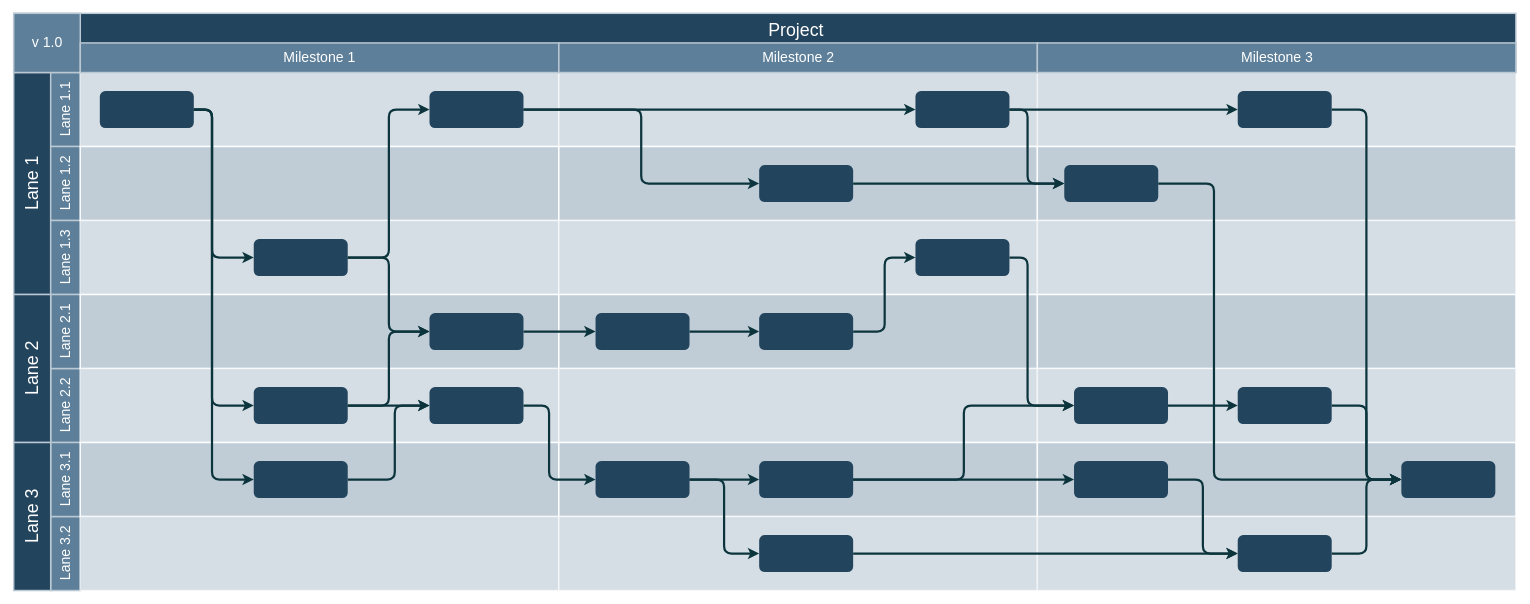
This is 未命名绘图.drawio from zengwenju/myfirsttest, a draw.io file, before an edit. Source tidied: cells renumbered, new cells numbered last; positions are measured from the earlier drawing's top-left corner, leaving out a move shared by most shapes. Both pictures are drawn from the tidied source at 74%, with x=0, y=0 at pixel (13, 13).
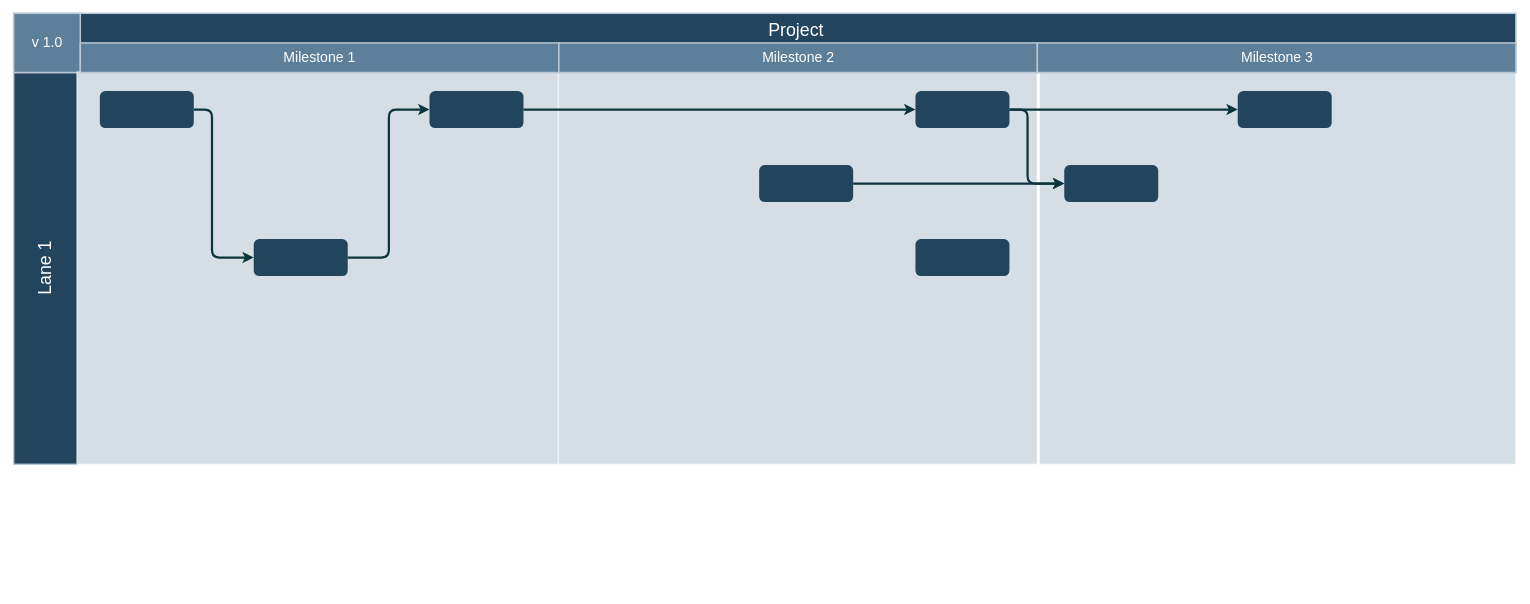
Above is the later version.

The change refers to these unchanged cells:
```xml
<mxCell id="36" style="rounded=1;fillColor=#23445D;strokeColor=none;strokeWidth=2;fontFamily=Helvetica;html=1;gradientColor=none;" parent="1" vertex="1">
  <mxGeometry x="116.4" y="105.5" width="127" height="50" as="geometry" />
</mxCell>
<mxCell id="37" style="rounded=1;fillColor=#23445D;strokeColor=none;strokeWidth=2;fontFamily=Helvetica;html=1;gradientColor=none;" parent="1" vertex="1">
  <mxGeometry x="561.9" y="105.5" width="127" height="50" as="geometry" />
</mxCell>
<mxCell id="38" style="rounded=1;fillColor=#23445D;strokeColor=none;strokeWidth=2;fontFamily=Helvetica;html=1;gradientColor=none;" parent="1" vertex="1">
  <mxGeometry x="324.4" y="305.5" width="127" height="50" as="geometry" />
</mxCell>
<mxCell id="43" style="rounded=1;fillColor=#23445D;strokeColor=none;strokeWidth=2;fontFamily=Helvetica;html=1;gradientColor=none;" parent="1" vertex="1">
  <mxGeometry x="1007.4" y="205.5" width="127" height="50" as="geometry" />
</mxCell>
<mxCell id="51" style="rounded=1;fillColor=#23445D;strokeColor=none;strokeWidth=2;fontFamily=Helvetica;html=1;gradientColor=none;" parent="1" vertex="1">
  <mxGeometry x="1218.6" y="305.5" width="127" height="50" as="geometry" />
</mxCell>
<mxCell id="54" style="rounded=1;fillColor=#23445D;strokeColor=none;strokeWidth=2;gradientColor=none;fontFamily=Helvetica;html=1;" parent="1" vertex="1">
  <mxGeometry x="1419.7" y="205.5" width="127" height="50" as="geometry" />
</mxCell>
<mxCell id="57" style="rounded=1;fillColor=#23445D;strokeColor=none;strokeWidth=2;gradientColor=none;fontFamily=Helvetica;html=1;" parent="1" vertex="1">
  <mxGeometry x="1654.1" y="105.5" width="127" height="50" as="geometry" />
</mxCell>
```

The edit, as a diff of the source:
```diff
@@
     <mxCell id="3" value="Lane 1" style="strokeColor=#BAC8D3;fillColor=#23445D;fontSize=24;strokeWidth=2;horizontal=0;fontFamily=Helvetica;html=1;fontColor=#FFFFFF;fontStyle=0;" parent="1" vertex="1">
-      <mxGeometry y="80.5" width="50" height="300" as="geometry" />
+      <mxGeometry y="80.5" width="86" height="529.5" as="geometry" />
     </mxCell>
-    <mxCell id="4" value="Lane 1.1" style="strokeColor=#BAC8D3;fillColor=#5d7f99;fontSize=19;strokeWidth=2;horizontal=0;fontFamily=Helvetica;html=1;labelBackgroundColor=none;fontColor=#FFFFFF;" parent="1" vertex="1">
-      <mxGeometry x="50" y="80.5" width="40" height="100" as="geometry" />
-    </mxCell>
@@
-    <mxCell id="6" value="Lane 1.2" style="strokeColor=#BAC8D3;fillColor=#5d7f99;fontSize=19;strokeWidth=2;horizontal=0;fontFamily=Helvetica;html=1;labelBackgroundColor=none;fontColor=#FFFFFF;" parent="1" vertex="1">
-      <mxGeometry x="50" y="180.5" width="40" height="100" as="geometry" />
-    </mxCell>
-    <mxCell id="7" value="Lane 1.3" style="strokeColor=#BAC8D3;fillColor=#5d7f99;fontSize=19;strokeWidth=2;horizontal=0;fontFamily=Helvetica;html=1;labelBackgroundColor=none;fontColor=#FFFFFF;" parent="1" vertex="1">
-      <mxGeometry x="50" y="280.5" width="40" height="100" as="geometry" />
-    </mxCell>
-    <mxCell id="8" value="Lane 2.2" style="strokeColor=#BAC8D3;fillColor=#5d7f99;fontSize=19;strokeWidth=2;horizontal=0;fontFamily=Helvetica;html=1;labelBackgroundColor=none;fontColor=#FFFFFF;" parent="1" vertex="1">
-      <mxGeometry x="50" y="480.5" width="40" height="100" as="geometry" />
-    </mxCell>
-    <mxCell id="9" value="Lane 2.1" style="strokeColor=#BAC8D3;fillColor=#5d7f99;fontSize=19;strokeWidth=2;horizontal=0;fontFamily=Helvetica;html=1;labelBackgroundColor=none;fontColor=#FFFFFF;" parent="1" vertex="1">
-      <mxGeometry x="50" y="380.5" width="40" height="100" as="geometry" />
-    </mxCell>
-    <mxCell id="10" value="Lane 2" style="strokeColor=#BAC8D3;fillColor=#23445D;fontSize=24;strokeWidth=2;horizontal=0;fontFamily=Helvetica;html=1;fontColor=#FFFFFF;fontStyle=0;" parent="1" vertex="1">
-      <mxGeometry y="380.5" width="50" height="200" as="geometry" />
-    </mxCell>
-    <mxCell id="11" value="Lane 3.2" style="strokeColor=#BAC8D3;fillColor=#5d7f99;fontSize=19;strokeWidth=2;horizontal=0;fontFamily=Helvetica;html=1;labelBackgroundColor=none;fontColor=#FFFFFF;" parent="1" vertex="1">
-      <mxGeometry x="50" y="680.5" width="40" height="100" as="geometry" />
-    </mxCell>
-    <mxCell id="12" value="Lane 3.1" style="strokeColor=#BAC8D3;fillColor=#5d7f99;fontSize=19;strokeWidth=2;horizontal=0;fontFamily=Helvetica;html=1;labelBackgroundColor=none;fontColor=#FFFFFF;" parent="1" vertex="1">
-      <mxGeometry x="50" y="580.5" width="40" height="100" as="geometry" />
-    </mxCell>
-    <mxCell id="13" value="Lane 3" style="strokeColor=#BAC8D3;fillColor=#23445D;fontSize=24;strokeWidth=2;horizontal=0;fontFamily=Helvetica;html=1;fontColor=#FFFFFF;fontStyle=0;" parent="1" vertex="1">
-      <mxGeometry y="580.5" width="50" height="200" as="geometry" />
-    </mxCell>
-    <mxCell id="14" style="strokeColor=#FFFFFF;fillColor=#BAC8D3;fontSize=18;strokeWidth=2;fontFamily=Helvetica;html=1;opacity=60;" parent="1" vertex="1">
-      <mxGeometry x="90" y="80.5" width="646.7" height="100" as="geometry" />
-    </mxCell>
-    <mxCell id="15" style="strokeColor=#FFFFFF;fillColor=#BAC8D3;fontSize=18;strokeWidth=2;fontFamily=Helvetica;html=1;opacity=90;" parent="1" vertex="1">
-      <mxGeometry x="90" y="180.5" width="646.7" height="100" as="geometry" />
-    </mxCell>
     <mxCell id="16" style="strokeColor=#FFFFFF;fillColor=#BAC8D3;fontSize=18;strokeWidth=2;fontFamily=Helvetica;html=1;opacity=60;" parent="1" vertex="1">
-      <mxGeometry x="90" y="280.5" width="646.7" height="100" as="geometry" />
+      <mxGeometry x="86" y="80" width="650.7" height="530" as="geometry" />
     </mxCell>
-    <mxCell id="17" style="strokeColor=#FFFFFF;fillColor=#BAC8D3;fontSize=18;strokeWidth=2;fontFamily=Helvetica;html=1;opacity=90;" parent="1" vertex="1">
-      <mxGeometry x="90" y="380.5" width="646.7" height="100" as="geometry" />
-    </mxCell>
-    <mxCell id="18" style="strokeColor=#FFFFFF;fillColor=#BAC8D3;fontSize=18;strokeWidth=2;fontFamily=Helvetica;html=1;opacity=60;" parent="1" vertex="1">
-      <mxGeometry x="90" y="480.5" width="646.7" height="100" as="geometry" />
-    </mxCell>
-    <mxCell id="19" style="strokeColor=#FFFFFF;fillColor=#BAC8D3;fontSize=18;strokeWidth=2;fontFamily=Helvetica;html=1;opacity=90;" parent="1" vertex="1">
-      <mxGeometry x="90" y="580.5" width="646.7" height="100" as="geometry" />
-    </mxCell>
-    <mxCell id="20" style="strokeColor=#FFFFFF;fillColor=#BAC8D3;fontSize=18;strokeWidth=2;fontFamily=Helvetica;html=1;opacity=60;" parent="1" vertex="1">
-      <mxGeometry x="90" y="680.5" width="646.7" height="100" as="geometry" />
-    </mxCell>
-    <mxCell id="21" style="strokeColor=#FFFFFF;fillColor=#BAC8D3;fontSize=18;strokeWidth=2;fontFamily=Helvetica;html=1;opacity=60;" parent="1" vertex="1">
-      <mxGeometry x="736.7" y="80.5" width="647" height="100" as="geometry" />
-    </mxCell>
-    <mxCell id="22" style="strokeColor=#FFFFFF;fillColor=#BAC8D3;fontSize=18;strokeWidth=2;fontFamily=Helvetica;html=1;opacity=90;" parent="1" vertex="1">
-      <mxGeometry x="736.7" y="180.5" width="646.7" height="100" as="geometry" />
-    </mxCell>
     <mxCell id="23" style="strokeColor=#FFFFFF;fillColor=#BAC8D3;fontSize=18;strokeWidth=2;fontFamily=Helvetica;html=1;opacity=60;" parent="1" vertex="1">
-      <mxGeometry x="736.7" y="280.5" width="646.7" height="100" as="geometry" />
+      <mxGeometry x="736" y="80" width="647.3" height="530" as="geometry" />
     </mxCell>
-    <mxCell id="24" style="strokeColor=#FFFFFF;fillColor=#BAC8D3;fontSize=18;strokeWidth=2;fontFamily=Helvetica;html=1;opacity=90;" parent="1" vertex="1">
-      <mxGeometry x="736.7" y="380.5" width="646.7" height="100" as="geometry" />
-    </mxCell>
-    <mxCell id="25" style="strokeColor=#FFFFFF;fillColor=#BAC8D3;fontSize=18;strokeWidth=2;fontFamily=Helvetica;html=1;opacity=60;" parent="1" vertex="1">
-      <mxGeometry x="736.7" y="480.5" width="646.7" height="100" as="geometry" />
-    </mxCell>
-    <mxCell id="26" style="strokeColor=#FFFFFF;fillColor=#BAC8D3;fontSize=18;strokeWidth=2;fontFamily=Helvetica;html=1;opacity=90;" parent="1" vertex="1">
-      <mxGeometry x="736.7" y="580.5" width="646.7" height="100" as="geometry" />
-    </mxCell>
-    <mxCell id="27" style="strokeColor=#FFFFFF;fillColor=#BAC8D3;fontSize=18;strokeWidth=2;fontFamily=Helvetica;html=1;opacity=60;fontStyle=4;" parent="1" vertex="1">
-      <mxGeometry x="736.7" y="680.5" width="646.7" height="100" as="geometry" />
-    </mxCell>
-    <mxCell id="28" style="strokeColor=#FFFFFF;fillColor=#BAC8D3;fontSize=18;strokeWidth=2;fontFamily=Helvetica;html=1;opacity=60;" parent="1" vertex="1">
-      <mxGeometry x="1383.3" y="80.5" width="647" height="100" as="geometry" />
-    </mxCell>
-    <mxCell id="29" style="strokeColor=#FFFFFF;fillColor=#BAC8D3;fontSize=18;strokeWidth=2;fontFamily=Helvetica;html=1;opacity=90;" parent="1" vertex="1">
-      <mxGeometry x="1383.3" y="180.5" width="646.7" height="100" as="geometry" />
-    </mxCell>
     <mxCell id="30" style="strokeColor=#FFFFFF;fillColor=#BAC8D3;fontSize=18;strokeWidth=2;fontFamily=Helvetica;html=1;opacity=60;" parent="1" vertex="1">
-      <mxGeometry x="1383.3" y="280.5" width="646.7" height="100" as="geometry" />
+      <mxGeometry x="1386" y="80" width="644" height="530" as="geometry" />
     </mxCell>
-    <mxCell id="31" style="strokeColor=#FFFFFF;fillColor=#BAC8D3;fontSize=18;strokeWidth=2;fontFamily=Helvetica;html=1;opacity=90;" parent="1" vertex="1">
-      <mxGeometry x="1383.3" y="380.5" width="646.7" height="100" as="geometry" />
-    </mxCell>
-    <mxCell id="32" style="strokeColor=#FFFFFF;fillColor=#BAC8D3;fontSize=18;strokeWidth=2;fontFamily=Helvetica;html=1;opacity=60;" parent="1" vertex="1">
-      <mxGeometry x="1383.3" y="480.5" width="646.7" height="100" as="geometry" />
-    </mxCell>
-    <mxCell id="33" style="strokeColor=#FFFFFF;fillColor=#BAC8D3;fontSize=18;strokeWidth=2;fontFamily=Helvetica;html=1;opacity=90;" parent="1" vertex="1">
-      <mxGeometry x="1383.3" y="580.5" width="646.7" height="100" as="geometry" />
-    </mxCell>
-    <mxCell id="34" style="strokeColor=#FFFFFF;fillColor=#BAC8D3;fontSize=18;strokeWidth=2;fontFamily=Helvetica;html=1;opacity=60;fontStyle=4;" parent="1" vertex="1">
-      <mxGeometry x="1383.3" y="680.5" width="646.7" height="100" as="geometry" />
-    </mxCell>
@@
-    <mxCell id="39" style="rounded=1;fillColor=#23445D;strokeColor=none;strokeWidth=2;fontFamily=Helvetica;html=1;gradientColor=none;" parent="1" vertex="1">
-      <mxGeometry x="561.9" y="405.5" width="127" height="50" as="geometry" />
-    </mxCell>
-    <mxCell id="40" style="rounded=1;fillColor=#23445D;strokeColor=none;strokeWidth=2;fontFamily=Helvetica;html=1;gradientColor=none;" parent="1" vertex="1">
-      <mxGeometry x="561.9" y="505.5" width="127" height="50" as="geometry" />
-    </mxCell>
-    <mxCell id="41" style="rounded=1;fillColor=#23445D;strokeColor=none;strokeWidth=2;fontFamily=Helvetica;html=1;gradientColor=none;" parent="1" vertex="1">
-      <mxGeometry x="324.4" y="605.5" width="127" height="50" as="geometry" />
-    </mxCell>
-    <mxCell id="42" style="rounded=1;fillColor=#23445D;strokeColor=none;strokeWidth=2;fontFamily=Helvetica;html=1;gradientColor=none;" parent="1" vertex="1">
-      <mxGeometry x="324.4" y="505.5" width="127" height="50" as="geometry" />
-    </mxCell>
@@
-    <mxCell id="45" style="rounded=1;fillColor=#23445D;strokeColor=none;strokeWidth=2;gradientColor=none;fontFamily=Helvetica;html=1;" parent="1" vertex="1">
-      <mxGeometry x="1875.2" y="605.5" width="127" height="50" as="geometry" />
-    </mxCell>
-    <mxCell id="46" style="rounded=1;fillColor=#23445D;strokeColor=none;strokeWidth=2;fontFamily=Helvetica;html=1;gradientColor=none;" parent="1" vertex="1">
-      <mxGeometry x="1007.4" y="405.5" width="127" height="50" as="geometry" />
-    </mxCell>
-    <mxCell id="47" style="rounded=1;fillColor=#23445D;strokeColor=none;strokeWidth=2;fontFamily=Helvetica;html=1;gradientColor=none;" parent="1" vertex="1">
-      <mxGeometry x="1007.4" y="705.5" width="127" height="50" as="geometry" />
-    </mxCell>
-    <mxCell id="48" style="rounded=1;fillColor=#23445D;strokeColor=none;strokeWidth=2;fontFamily=Helvetica;html=1;gradientColor=none;" parent="1" vertex="1">
-      <mxGeometry x="786.3" y="605.5" width="127" height="50" as="geometry" />
-    </mxCell>
-    <mxCell id="49" style="rounded=1;fillColor=#23445D;strokeColor=none;strokeWidth=2;fontFamily=Helvetica;html=1;gradientColor=none;" parent="1" vertex="1">
-      <mxGeometry x="1007.4" y="605.5" width="127" height="50" as="geometry" />
-    </mxCell>
-    <mxCell id="50" style="rounded=1;fillColor=#23445D;strokeColor=none;strokeWidth=2;fontFamily=Helvetica;html=1;gradientColor=none;" parent="1" vertex="1">
-      <mxGeometry x="786.3" y="405.5" width="127" height="50" as="geometry" />
-    </mxCell>
@@
-    <mxCell id="52" style="rounded=1;fillColor=#23445D;strokeColor=none;strokeWidth=2;gradientColor=none;fontFamily=Helvetica;html=1;" parent="1" vertex="1">
-      <mxGeometry x="1432.9" y="505.5" width="127" height="50" as="geometry" />
-    </mxCell>
-    <mxCell id="53" style="rounded=1;fillColor=#23445D;strokeColor=none;strokeWidth=2;gradientColor=none;fontFamily=Helvetica;html=1;" parent="1" vertex="1">
-      <mxGeometry x="1654.1" y="505.5" width="127" height="50" as="geometry" />
-    </mxCell>
@@
-    <mxCell id="55" style="rounded=1;fillColor=#23445D;strokeColor=none;strokeWidth=2;gradientColor=none;fontFamily=Helvetica;html=1;" parent="1" vertex="1">
-      <mxGeometry x="1432.9" y="605.5" width="127" height="50" as="geometry" />
-    </mxCell>
-    <mxCell id="56" style="rounded=1;fillColor=#23445D;strokeColor=none;strokeWidth=2;gradientColor=none;fontFamily=Helvetica;html=1;" parent="1" vertex="1">
-      <mxGeometry x="1654.1" y="705.5" width="127" height="50" as="geometry" />
-    </mxCell>
@@
-    <mxCell id="58" style="edgeStyle=elbowEdgeStyle;elbow=horizontal;strokeWidth=3;strokeColor=#0C343D;fontFamily=Helvetica;html=1;" parent="1" edge="1" source="36" target="42">
-      <mxGeometry x="6.4" y="830.5" as="geometry">
-        <Array as="points">
-          <mxPoint x="268" y="343.5" />
-        </Array>
-      </mxGeometry>
-    </mxCell>
-    <mxCell id="59" style="edgeStyle=elbowEdgeStyle;elbow=horizontal;strokeWidth=3;strokeColor=#0C343D;fontFamily=Helvetica;html=1;" parent="1" edge="1" source="36" target="41">
-      <mxGeometry x="6.4" y="830.5" as="geometry">
-        <Array as="points">
-          <mxPoint x="268" y="252.5" />
-        </Array>
-      </mxGeometry>
-    </mxCell>
@@
-    <mxCell id="61" style="edgeStyle=elbowEdgeStyle;elbow=horizontal;strokeWidth=3;strokeColor=#0C343D;fontFamily=Helvetica;html=1;" parent="1" edge="1" source="38" target="39">
-      <mxGeometry x="6.4" y="830.5" as="geometry" />
-    </mxCell>
-    <mxCell id="62" style="edgeStyle=elbowEdgeStyle;elbow=horizontal;strokeWidth=3;strokeColor=#0C343D;fontFamily=Helvetica;html=1;" parent="1" edge="1" source="42" target="39">
-      <mxGeometry x="6.4" y="830.5" as="geometry" />
-    </mxCell>
-    <mxCell id="63" style="edgeStyle=elbowEdgeStyle;elbow=horizontal;strokeWidth=3;strokeColor=#0C343D;fontFamily=Helvetica;html=1;" parent="1" edge="1" source="42" target="40">
-      <mxGeometry x="6.4" y="830.5" as="geometry" />
-    </mxCell>
-    <mxCell id="64" style="edgeStyle=elbowEdgeStyle;elbow=horizontal;strokeWidth=3;strokeColor=#0C343D;fontFamily=Helvetica;html=1;" parent="1" edge="1" source="41" target="40">
-      <mxGeometry x="6.4" y="830.5" as="geometry">
-        <Array as="points">
-          <mxPoint x="515" y="584.5" />
-        </Array>
-      </mxGeometry>
-    </mxCell>
-    <mxCell id="65" style="edgeStyle=elbowEdgeStyle;elbow=horizontal;strokeWidth=3;strokeColor=#0C343D;fontFamily=Helvetica;html=1;" parent="1" edge="1" source="37" target="43">
-      <mxGeometry x="6.4" y="830.5" as="geometry" />
-    </mxCell>
-    <mxCell id="66" style="edgeStyle=elbowEdgeStyle;elbow=horizontal;strokeWidth=3;strokeColor=#0C343D;fontFamily=Helvetica;html=1;" parent="1" edge="1" source="39" target="50">
-      <mxGeometry x="6.4" y="830.5" as="geometry" />
-    </mxCell>
-    <mxCell id="67" style="edgeStyle=elbowEdgeStyle;elbow=horizontal;strokeWidth=3;strokeColor=#0C343D;fontFamily=Helvetica;html=1;" parent="1" edge="1" source="50" target="46">
-      <mxGeometry x="6.4" y="830.5" as="geometry" />
-    </mxCell>
@@
-    <mxCell id="69" style="edgeStyle=elbowEdgeStyle;elbow=horizontal;strokeWidth=3;strokeColor=#0C343D;fontFamily=Helvetica;html=1;" parent="1" edge="1" source="40" target="48">
-      <mxGeometry x="6.4" y="830.5" as="geometry">
-        <Array as="points">
-          <mxPoint x="723.5" y="580.5" />
-        </Array>
-      </mxGeometry>
-    </mxCell>
-    <mxCell id="70" style="edgeStyle=elbowEdgeStyle;elbow=horizontal;strokeWidth=3;strokeColor=#0C343D;fontFamily=Helvetica;html=1;" parent="1" edge="1" source="48" target="49">
-      <mxGeometry x="6.4" y="830.5" as="geometry" />
-    </mxCell>
-    <mxCell id="71" style="edgeStyle=elbowEdgeStyle;elbow=horizontal;strokeWidth=3;strokeColor=#0C343D;fontFamily=Helvetica;html=1;" parent="1" edge="1" source="48" target="47">
-      <mxGeometry x="6.4" y="830.5" as="geometry" />
-    </mxCell>
-    <mxCell id="72" style="edgeStyle=elbowEdgeStyle;elbow=horizontal;strokeWidth=3;strokeColor=#0C343D;fontFamily=Helvetica;html=1;" parent="1" edge="1" source="47" target="56">
-      <mxGeometry x="6.4" y="830.5" as="geometry" />
-    </mxCell>
-    <mxCell id="73" style="edgeStyle=elbowEdgeStyle;elbow=horizontal;strokeWidth=3;strokeColor=#0C343D;fontFamily=Helvetica;html=1;" parent="1" edge="1" source="56" target="45">
-      <mxGeometry x="6.4" y="830.5" as="geometry" />
-    </mxCell>
-    <mxCell id="74" style="edgeStyle=elbowEdgeStyle;elbow=horizontal;strokeWidth=3;strokeColor=#0C343D;fontFamily=Helvetica;html=1;" parent="1" edge="1" source="54" target="45">
-      <mxGeometry x="6.4" y="830.5" as="geometry">
-        <Array as="points">
-          <mxPoint x="1622" y="430.5" />
-        </Array>
-      </mxGeometry>
-    </mxCell>
-    <mxCell id="75" style="edgeStyle=elbowEdgeStyle;elbow=horizontal;strokeWidth=3;strokeColor=#0C343D;fontFamily=Helvetica;html=1;" parent="1" edge="1" source="55" target="56">
-      <mxGeometry x="6.4" y="830.5" as="geometry" />
-    </mxCell>
-    <mxCell id="76" style="edgeStyle=elbowEdgeStyle;elbow=horizontal;strokeWidth=3;strokeColor=#0C343D;fontFamily=Helvetica;html=1;" parent="1" edge="1" source="49" target="52">
-      <mxGeometry x="6.4" y="830.5" as="geometry" />
-    </mxCell>
-    <mxCell id="77" style="edgeStyle=elbowEdgeStyle;elbow=horizontal;strokeWidth=3;strokeColor=#0C343D;fontFamily=Helvetica;html=1;" parent="1" edge="1" source="49" target="55">
-      <mxGeometry x="6.4" y="830.5" as="geometry" />
-    </mxCell>
-    <mxCell id="78" style="edgeStyle=elbowEdgeStyle;elbow=horizontal;strokeWidth=3;strokeColor=#0C343D;fontFamily=Helvetica;html=1;" parent="1" edge="1" source="46" target="51">
-      <mxGeometry x="6.4" y="830.5" as="geometry" />
-    </mxCell>
@@
-    <mxCell id="82" style="edgeStyle=elbowEdgeStyle;elbow=horizontal;strokeWidth=3;strokeColor=#0C343D;fontFamily=Helvetica;html=1;" parent="1" edge="1" source="57" target="45">
-      <mxGeometry x="6.4" y="830.5" as="geometry" />
-    </mxCell>
-    <mxCell id="83" style="edgeStyle=elbowEdgeStyle;elbow=horizontal;strokeWidth=3;strokeColor=#0C343D;fontFamily=Helvetica;html=1;" parent="1" edge="1" source="53" target="45">
-      <mxGeometry x="6.4" y="830.5" as="geometry" />
-    </mxCell>
-    <mxCell id="84" style="edgeStyle=elbowEdgeStyle;elbow=horizontal;strokeWidth=3;strokeColor=#0C343D;fontFamily=Helvetica;html=1;" parent="1" edge="1" source="52" target="53">
-      <mxGeometry x="6.4" y="830.5" as="geometry" />
-    </mxCell>
-    <mxCell id="85" style="edgeStyle=elbowEdgeStyle;elbow=horizontal;strokeWidth=3;strokeColor=#0C343D;fontFamily=Helvetica;html=1;" parent="1" edge="1" source="51" target="52">
-      <mxGeometry x="6.4" y="830.5" as="geometry">
-        <Array as="points">
-          <mxPoint x="1370.1" y="430.5" />
-        </Array>
-      </mxGeometry>
-    </mxCell>
```
